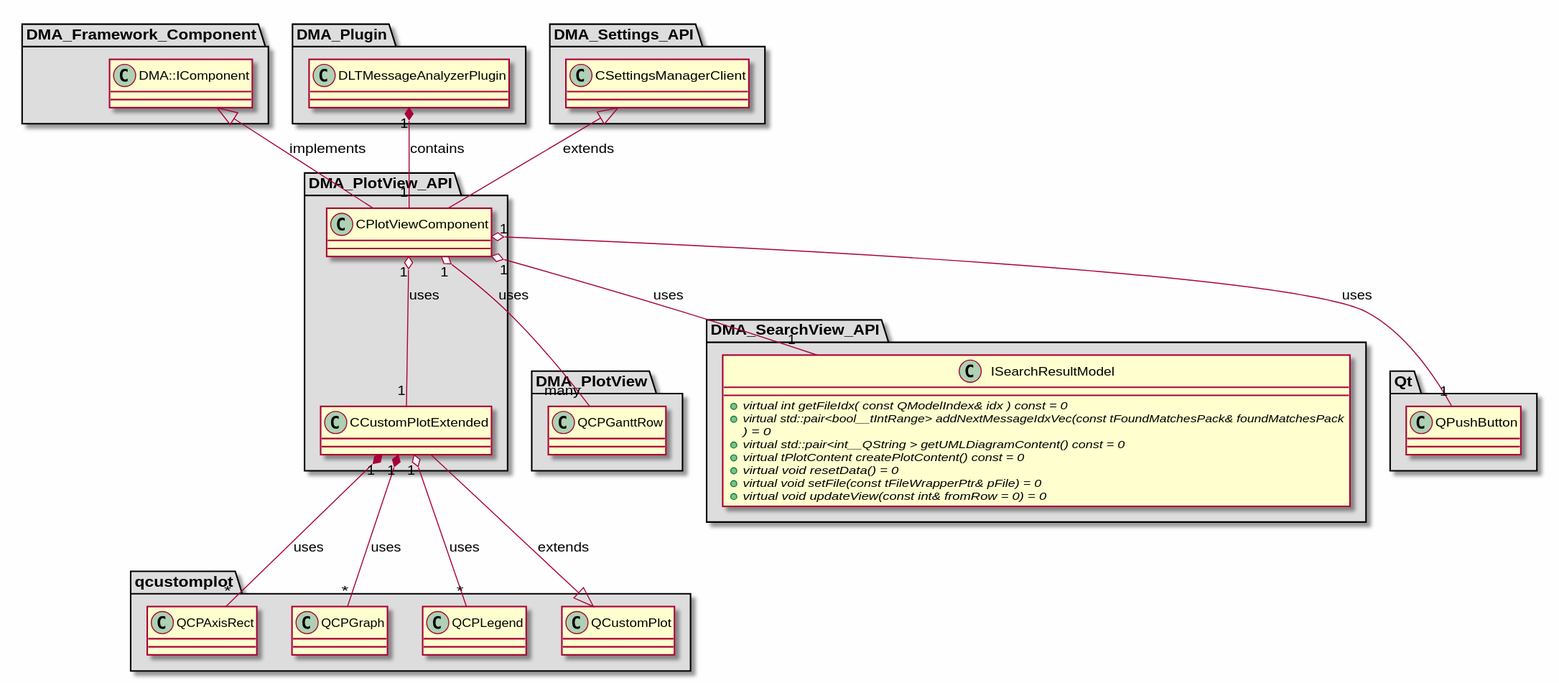
This is md/dev_docs/puml/DMA_PlotView_API.svg from svlad-90/DLT-Message-Analyzer, a PlantUML export, as it was before one commit.
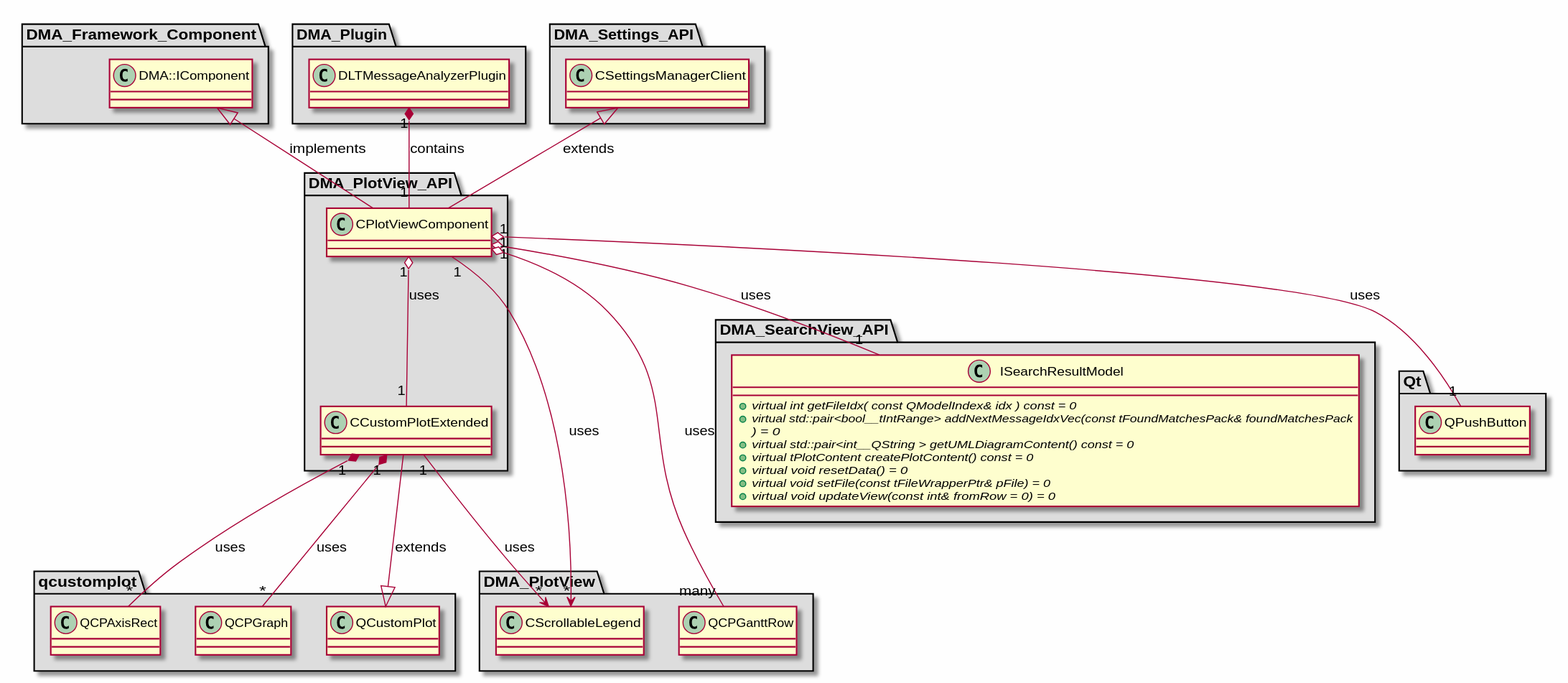
Above is the later version.

The edit, as a diff of the source:
```diff
@@ -13,6 +13,10 @@
 
 package "DMA_PlotView" #DDDDDD
 {
+
+class "CScrollableLegend"
+{
+}
 
 class "QCPGanttRow"
 {
@@ -87,10 +91,6 @@
 {
 }
 
-class "QCPLegend"
-{
-}
-
 class "QCustomPlot"
 {
 }
@@ -101,10 +101,11 @@
 CSettingsManagerClient <|-- CPlotViewComponent : extends
 DMA::IComponent <|-- CPlotViewComponent : implements
 
+CCustomPlotExtended "1" --> "*" CScrollableLegend : uses
 CCustomPlotExtended "1" *-- "*" QCPAxisRect : uses
 CCustomPlotExtended "1" *-- "*" QCPGraph : uses
-CCustomPlotExtended "1" o-- "*" QCPLegend : uses
 CPlotViewComponent "1" o-- "1" CCustomPlotExtended : uses
+CPlotViewComponent "1" --> "*" CScrollableLegend : uses
 CPlotViewComponent "1" o-- "1" ISearchResultModel : uses
 CPlotViewComponent "1" o-- "many" QCPGanttRow : uses
 CPlotViewComponent "1" o-- "1" QPushButton : uses
```
